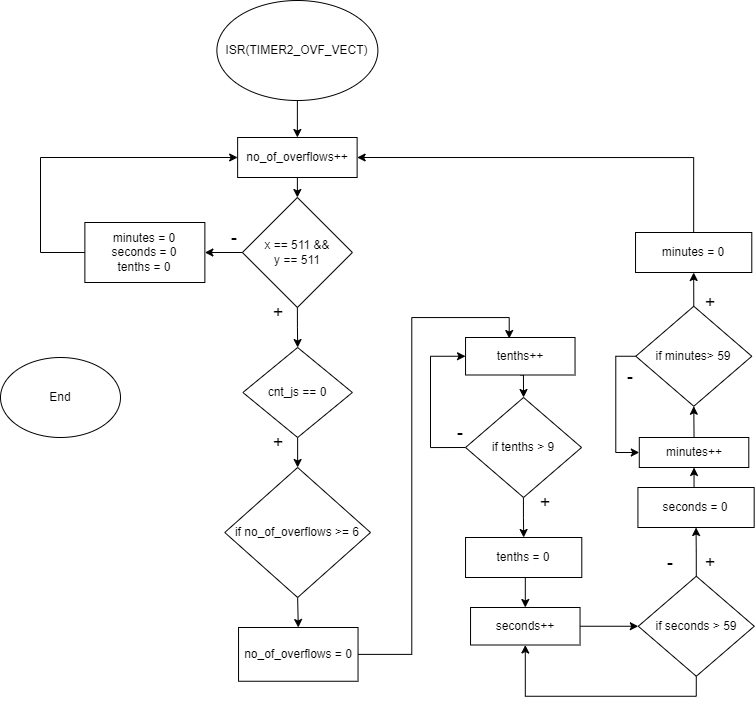
The draw.io diagram project1/Stopwatch.drawio.png in OndraFoltyn/digital-electronics-2, before a commit. Source tidied: cells renumbered, new cells last; positions are measured from the earlier drawing's top-left corner, leaving out a move shared by most shapes.
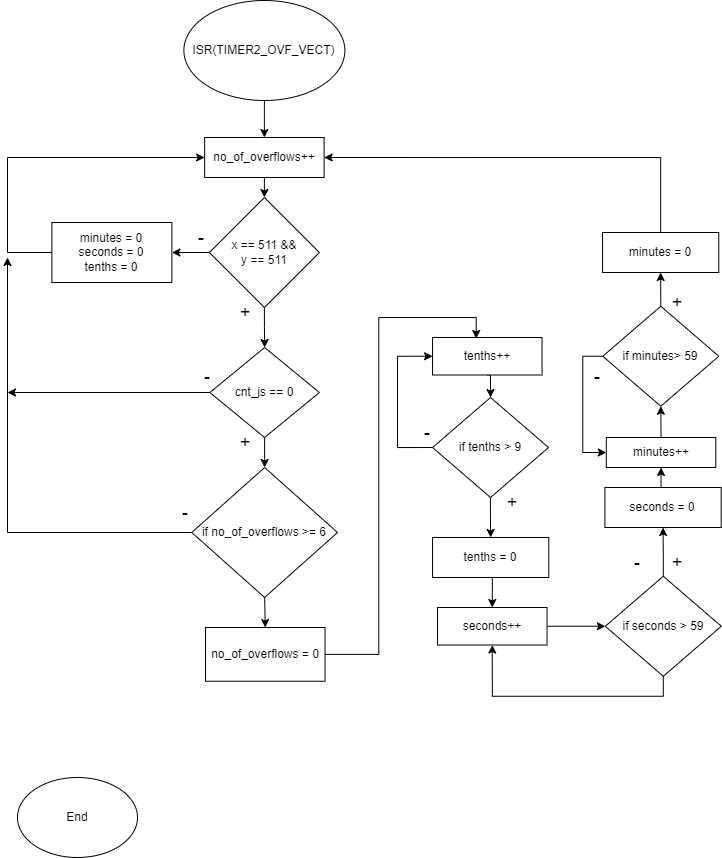
Later version of the same file.

What changed in the source:
```diff
@@ -11,17 +11,27 @@
     <mxCell id="4" style="edgeStyle=orthogonalEdgeStyle;rounded=0;jettySize=auto;html=1;exitX=0.5;exitY=1;exitDx=0;exitDy=0;entryX=0.5;entryY=0;entryDx=0;entryDy=0;" parent="1" edge="1" source="5" target="7">
       <mxGeometry relative="1" as="geometry" />
     </mxCell>
+    <mxCell id="48" style="edgeStyle=orthogonalEdgeStyle;rounded=0;jettySize=auto;html=1;exitX=0;exitY=0.5;exitDx=0;exitDy=0;" parent="1" edge="1" source="5">
+      <mxGeometry relative="1" as="geometry">
+        <mxPoint x="40" y="392" as="targetPoint" />
+      </mxGeometry>
+    </mxCell>
     <mxCell id="5" value="cnt_js == 0" style="rhombus;whiteSpace=wrap;html=1;" parent="1" vertex="1">
       <mxGeometry x="242.4" y="347" width="109.5" height="90" as="geometry" />
     </mxCell>
     <mxCell id="6" style="edgeStyle=orthogonalEdgeStyle;rounded=0;jettySize=auto;html=1;exitX=0.5;exitY=1;exitDx=0;exitDy=0;entryX=0.5;entryY=0;entryDx=0;entryDy=0;" parent="1" edge="1" source="7" target="10">
       <mxGeometry relative="1" as="geometry" />
     </mxCell>
+    <mxCell id="49" style="edgeStyle=orthogonalEdgeStyle;rounded=0;jettySize=auto;html=1;exitX=0;exitY=0.5;exitDx=0;exitDy=0;" parent="1" edge="1" source="7">
+      <mxGeometry relative="1" as="geometry">
+        <mxPoint x="40" y="257" as="targetPoint" />
+      </mxGeometry>
+    </mxCell>
     <mxCell id="7" value="if no_of_overflows &amp;gt;= 6" style="rhombus;whiteSpace=wrap;html=1;" parent="1" vertex="1">
       <mxGeometry x="224.3" y="467" width="145.8" height="130" as="geometry" />
     </mxCell>
     <mxCell id="8" value="End" style="ellipse;whiteSpace=wrap;html=1;" parent="1" vertex="1">
-      <mxGeometry y="357" width="120" height="80" as="geometry" />
+      <mxGeometry x="50" y="777" width="120" height="80" as="geometry" />
     </mxCell>
     <mxCell id="9" style="edgeStyle=orthogonalEdgeStyle;rounded=0;jettySize=auto;html=1;exitX=1;exitY=0.5;exitDx=0;exitDy=0;entryX=0.399;entryY=0.027;entryDx=0;entryDy=0;entryPerimeter=0;" parent="1" edge="1" source="10" target="12">
       <mxGeometry relative="1" as="geometry" />
@@ -150,5 +160,11 @@
         </Array>
       </mxGeometry>
     </mxCell>
+    <mxCell id="50" value="&lt;font style=&quot;font-size: 18px;&quot;&gt;-&lt;/font&gt;" style="text;html=1;strokeColor=none;fillColor=none;align=center;verticalAlign=middle;whiteSpace=wrap;rounded=0;" parent="1" vertex="1">
+      <mxGeometry x="210" y="361" width="60" height="30" as="geometry" />
+    </mxCell>
+    <mxCell id="51" value="&lt;font style=&quot;font-size: 18px;&quot;&gt;-&lt;/font&gt;" style="text;html=1;strokeColor=none;fillColor=none;align=center;verticalAlign=middle;whiteSpace=wrap;rounded=0;" parent="1" vertex="1">
+      <mxGeometry x="188" y="497" width="60" height="30" as="geometry" />
+    </mxCell>
   </root>
 </mxGraphModel>
```
